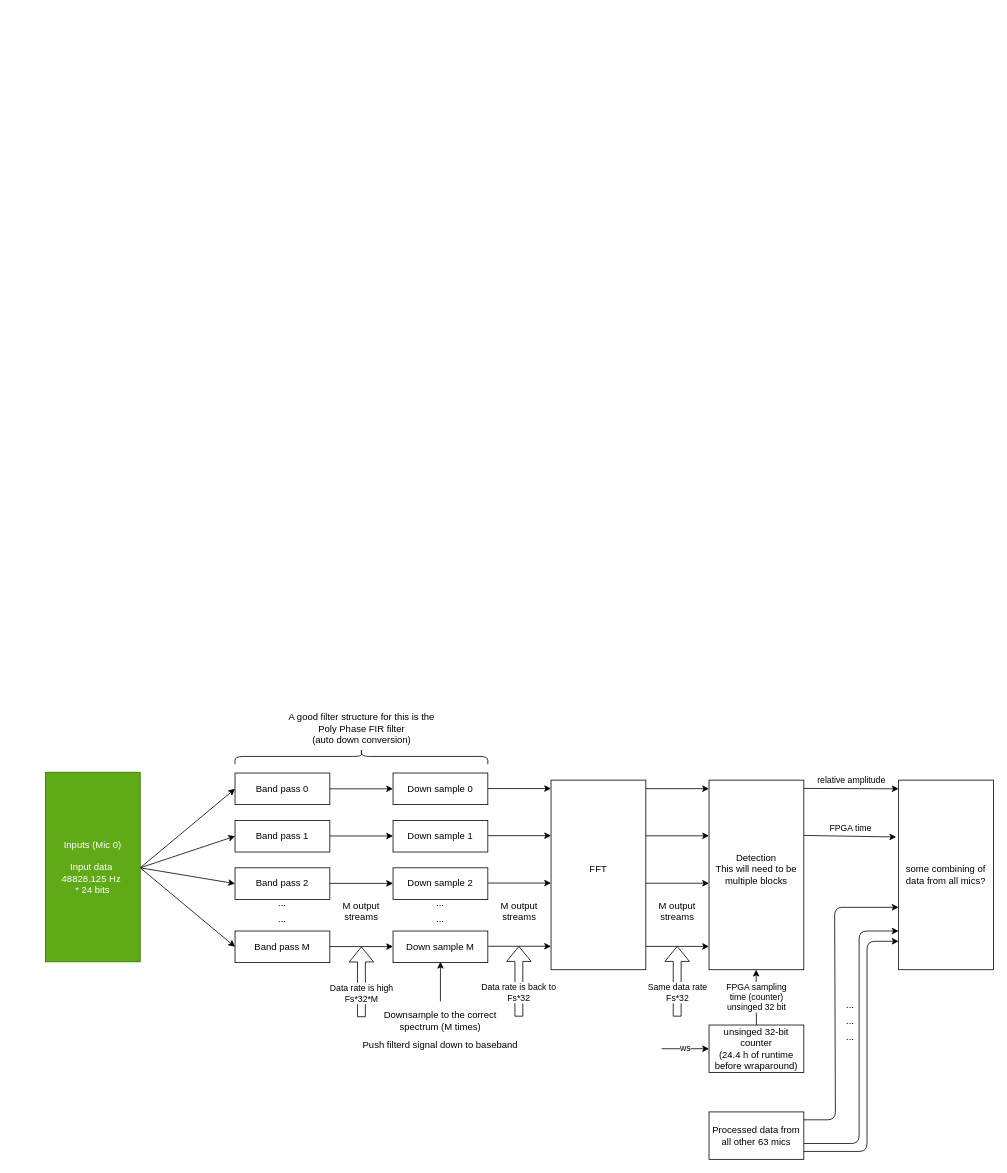
Earlier version of the draw.io diagram doc/diagrams_exjobb/banpass_channelizer.dio (acoustic-warfare/FPGA-sampling). Source tidied: cells renumbered, new cells numbered last; positions are measured from the earlier drawing's top-left corner, leaving out a move shared by most shapes. Both pictures are drawn from the tidied source at 79%, with x=0, y=0 at pixel (45, 717).
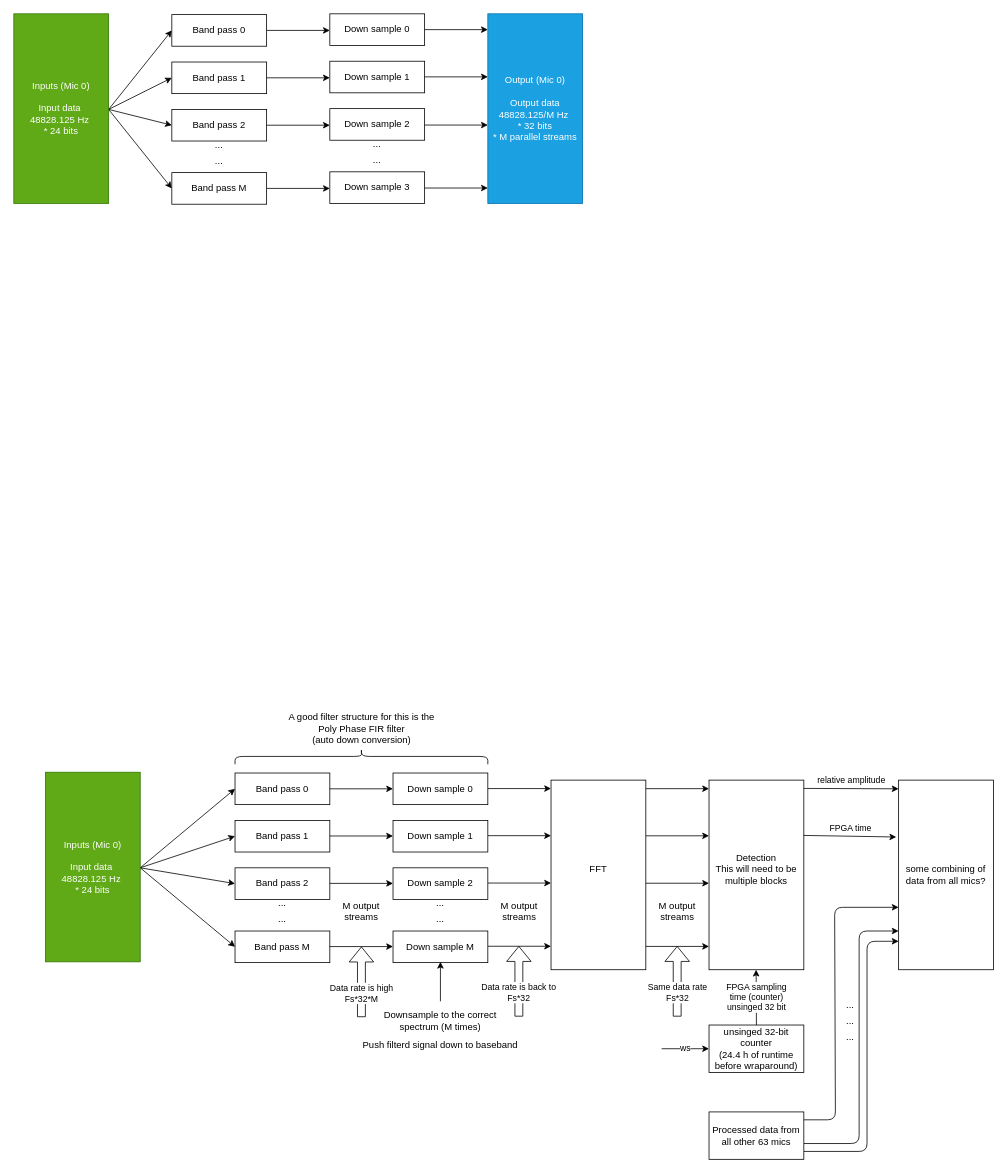
The same page after the edit.

What changed in the source:
```diff
@@
+    <mxCell id="57" style="endArrow=classic;html=1;entryX=0;entryY=0.5;entryDx=0;entryDy=0;" parent="1" edge="1" target="61">
+      <mxGeometry relative="1" as="geometry">
+        <mxPoint x="80" y="-769" as="sourcePoint" />
+      </mxGeometry>
+    </mxCell>
+    <mxCell id="58" style="edgeStyle=none;html=1;exitX=1;exitY=0.5;exitDx=0;exitDy=0;entryX=0;entryY=0.5;entryDx=0;entryDy=0;" parent="1" edge="1" target="65">
+      <mxGeometry relative="1" as="geometry">
+        <mxPoint x="80" y="-769" as="sourcePoint" />
+      </mxGeometry>
+    </mxCell>
+    <mxCell id="59" style="edgeStyle=none;html=1;exitX=1;exitY=0.5;exitDx=0;exitDy=0;entryX=0;entryY=0.5;entryDx=0;entryDy=0;" parent="1" edge="1" target="67">
+      <mxGeometry relative="1" as="geometry">
+        <mxPoint x="80" y="-769" as="sourcePoint" />
+      </mxGeometry>
+    </mxCell>
+    <mxCell id="60" style="edgeStyle=none;html=1;entryX=0;entryY=0.5;entryDx=0;entryDy=0;" parent="1" edge="1" source="61">
+      <mxGeometry relative="1" as="geometry">
+        <mxPoint x="360" y="-869" as="targetPoint" />
+      </mxGeometry>
+    </mxCell>
+    <mxCell id="61" value="Band pass 0" style="rounded=0;whiteSpace=wrap;html=1;" parent="1" vertex="1">
+      <mxGeometry x="160" y="-889" width="120" height="40" as="geometry" />
+    </mxCell>
+    <mxCell id="62" style="edgeStyle=none;html=1;entryX=0;entryY=0.5;entryDx=0;entryDy=0;" parent="1" edge="1" source="63">
+      <mxGeometry relative="1" as="geometry">
+        <mxPoint x="360" y="-809" as="targetPoint" />
+      </mxGeometry>
+    </mxCell>
+    <mxCell id="63" value="Band pass 1" style="rounded=0;whiteSpace=wrap;html=1;" parent="1" vertex="1">
+      <mxGeometry x="160" y="-829" width="120" height="40" as="geometry" />
+    </mxCell>
+    <mxCell id="64" style="edgeStyle=none;html=1;entryX=0;entryY=0.5;entryDx=0;entryDy=0;" parent="1" edge="1" source="65">
+      <mxGeometry relative="1" as="geometry">
+        <mxPoint x="360" y="-749" as="targetPoint" />
+      </mxGeometry>
+    </mxCell>
+    <mxCell id="65" value="Band pass 2" style="rounded=0;whiteSpace=wrap;html=1;" parent="1" vertex="1">
+      <mxGeometry x="160" y="-769" width="120" height="40" as="geometry" />
+    </mxCell>
+    <mxCell id="66" style="edgeStyle=none;html=1;entryX=0;entryY=0.5;entryDx=0;entryDy=0;" parent="1" edge="1" source="67">
+      <mxGeometry relative="1" as="geometry">
+        <mxPoint x="360" y="-669" as="targetPoint" />
+      </mxGeometry>
+    </mxCell>
+    <mxCell id="67" value="Band pass M" style="rounded=0;whiteSpace=wrap;html=1;" parent="1" vertex="1">
+      <mxGeometry x="160" y="-689" width="120" height="40" as="geometry" />
+    </mxCell>
+    <mxCell id="68" value="..." style="text;html=1;strokeColor=none;fillColor=none;align=center;verticalAlign=middle;whiteSpace=wrap;rounded=0;" parent="1" vertex="1">
+      <mxGeometry x="190" y="-739" width="60" height="30" as="geometry" />
+    </mxCell>
+    <mxCell id="69" value="..." style="text;html=1;strokeColor=none;fillColor=none;align=center;verticalAlign=middle;whiteSpace=wrap;rounded=0;" parent="1" vertex="1">
+      <mxGeometry x="190" y="-719" width="60" height="30" as="geometry" />
+    </mxCell>
+    <mxCell id="70" style="endArrow=classic;html=1;entryX=0;entryY=0.5;entryDx=0;entryDy=0;" parent="1" edge="1" target="63">
+      <mxGeometry relative="1" as="geometry">
+        <mxPoint x="80" y="-769" as="sourcePoint" />
+      </mxGeometry>
+    </mxCell>
+    <mxCell id="71" value="Inputs (Mic 0)&lt;br&gt;&lt;br&gt;&lt;span style=&quot;&quot;&gt;Input data&amp;nbsp;&lt;/span&gt;&lt;br style=&quot;&quot;&gt;&lt;span style=&quot;&quot;&gt;48828.125 Hz&amp;nbsp;&lt;br&gt;&lt;/span&gt;&lt;span style=&quot;&quot;&gt;* 24 bits&lt;/span&gt;" style="rounded=0;whiteSpace=wrap;html=1;fillColor=#60a917;fontColor=#ffffff;strokeColor=#2D7600;" parent="1" vertex="1">
+      <mxGeometry x="-40" y="-890" width="120" height="240" as="geometry" />
+    </mxCell>
+    <mxCell id="72" value="Down sample 0" style="rounded=0;whiteSpace=wrap;html=1;" parent="1" vertex="1">
+      <mxGeometry x="360" y="-890" width="120" height="40" as="geometry" />
+    </mxCell>
+    <mxCell id="73" value="Down sample 1" style="rounded=0;whiteSpace=wrap;html=1;" parent="1" vertex="1">
+      <mxGeometry x="360" y="-830" width="120" height="40" as="geometry" />
+    </mxCell>
+    <mxCell id="74" value="Down sample 2" style="rounded=0;whiteSpace=wrap;html=1;" parent="1" vertex="1">
+      <mxGeometry x="360" y="-770" width="120" height="40" as="geometry" />
+    </mxCell>
+    <mxCell id="75" value="Down sample 3" style="rounded=0;whiteSpace=wrap;html=1;" parent="1" vertex="1">
+      <mxGeometry x="360" y="-690" width="120" height="40" as="geometry" />
+    </mxCell>
+    <mxCell id="76" value="..." style="text;html=1;strokeColor=none;fillColor=none;align=center;verticalAlign=middle;whiteSpace=wrap;rounded=0;" parent="1" vertex="1">
+      <mxGeometry x="390" y="-740" width="60" height="30" as="geometry" />
+    </mxCell>
+    <mxCell id="77" value="..." style="text;html=1;strokeColor=none;fillColor=none;align=center;verticalAlign=middle;whiteSpace=wrap;rounded=0;" parent="1" vertex="1">
+      <mxGeometry x="390" y="-720" width="60" height="30" as="geometry" />
+    </mxCell>
+    <mxCell id="78" value="Output (Mic 0)&lt;br&gt;&lt;br&gt;&lt;span style=&quot;&quot;&gt;Output data&lt;/span&gt;&lt;div&gt;&lt;span style=&quot;&quot;&gt;48828.125/M Hz&amp;nbsp;&lt;br&gt;&lt;/span&gt;&lt;span style=&quot;&quot;&gt;* 32 bits&lt;/span&gt;&lt;/div&gt;&lt;div&gt;&lt;span style=&quot;&quot;&gt;* M parallel streams&lt;/span&gt;&lt;/div&gt;" style="rounded=0;whiteSpace=wrap;html=1;fillColor=#1ba1e2;fontColor=#ffffff;strokeColor=#006EAF;" parent="1" vertex="1">
+      <mxGeometry x="560" y="-890" width="120" height="240" as="geometry" />
+    </mxCell>
+    <mxCell id="79" style="edgeStyle=none;html=1;" parent="1" edge="1" source="72">
+      <mxGeometry relative="1" as="geometry">
+        <mxPoint x="560" y="-870" as="targetPoint" />
+      </mxGeometry>
+    </mxCell>
+    <mxCell id="80" style="edgeStyle=none;html=1;" parent="1" edge="1">
+      <mxGeometry relative="1" as="geometry">
+        <mxPoint x="480" y="-810.2" as="sourcePoint" />
+        <mxPoint x="560" y="-810.2" as="targetPoint" />
+      </mxGeometry>
+    </mxCell>
+    <mxCell id="81" style="edgeStyle=none;html=1;" parent="1" edge="1">
+      <mxGeometry relative="1" as="geometry">
+        <mxPoint x="480" y="-749.2" as="sourcePoint" />
+        <mxPoint x="560" y="-749.2" as="targetPoint" />
+      </mxGeometry>
+    </mxCell>
+    <mxCell id="82" style="edgeStyle=none;html=1;" parent="1" edge="1">
+      <mxGeometry relative="1" as="geometry">
+        <mxPoint x="480" y="-669.5" as="sourcePoint" />
+        <mxPoint x="560" y="-669.5" as="targetPoint" />
+      </mxGeometry>
+    </mxCell>
```
